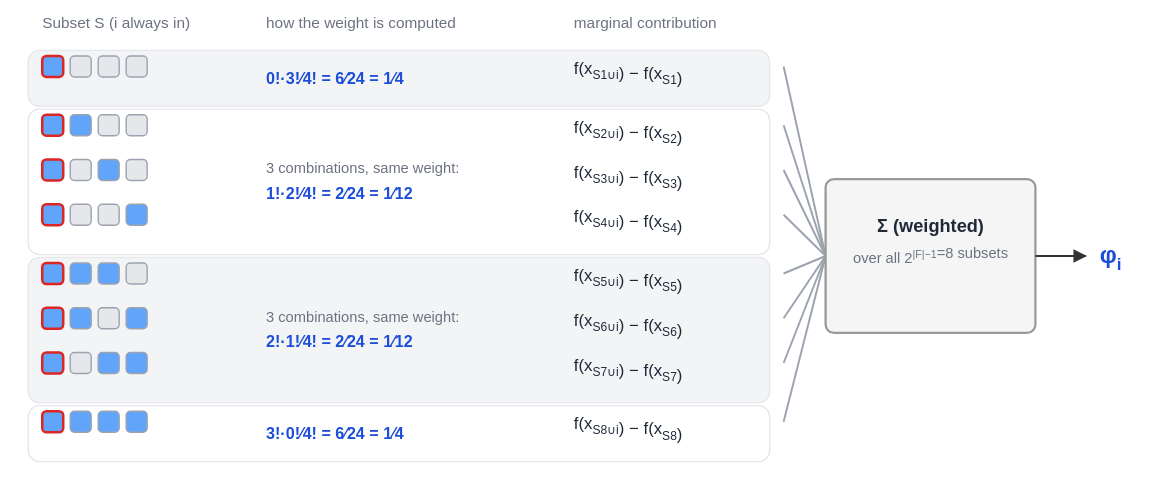
Earlier version of the draw.io export posts/explaining-black-box-predictions/diagrams/shapley_sampling.drawio.svg (DMLF1/blog). Source tidied: cells renumbered, new cells last; positions are measured from the earlier drawing's top-left corner, leaving out a move shared by most shapes.
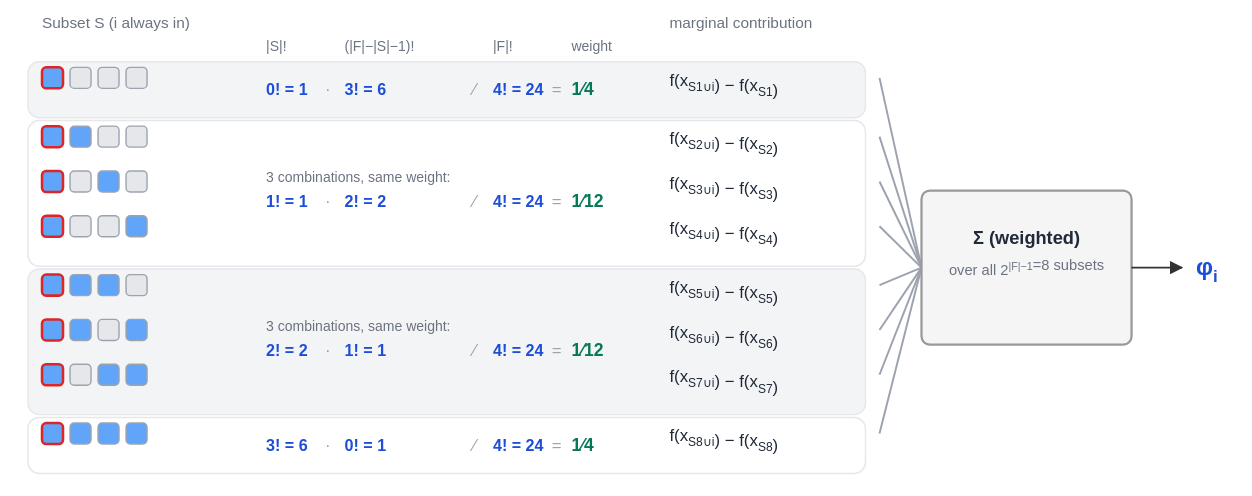
After the commit.

Commit message:
Split the weight computation into labeled sub-columns

Diff of the diagram source:
```diff
@@ -3,20 +3,47 @@
     <mxCell id="0" />
     <mxCell id="1" parent="0" />
     <mxCell id="2" value="Subset S (i always in)" style="text;html=1;align=left;verticalAlign=middle;fontSize=11;fontColor=#6B7280;" parent="1" vertex="1">
-      <mxGeometry x="10" width="260" height="16" as="geometry" />
+      <mxGeometry x="10" y="-8" width="260" height="16" as="geometry" />
     </mxCell>
-    <mxCell id="3" value="how the weight is computed" style="text;html=1;align=left;verticalAlign=middle;fontSize=11;fontColor=#6B7280;" parent="1" vertex="1">
-      <mxGeometry x="170" width="260" height="16" as="geometry" />
-    </mxCell>
     <mxCell id="4" value="marginal contribution" style="text;html=1;align=left;verticalAlign=middle;fontSize=11;fontColor=#6B7280;" parent="1" vertex="1">
-      <mxGeometry x="390" width="260" height="16" as="geometry" />
+      <mxGeometry x="458" y="-8" width="260" height="16" as="geometry" />
     </mxCell>
+    <mxCell id="68" value="|S|!" style="text;html=1;align=left;verticalAlign=middle;fontSize=10;fontColor=#6B7280;" parent="1" vertex="1">
+      <mxGeometry x="170" y="8" width="260" height="16" as="geometry" />
+    </mxCell>
+    <mxCell id="69" value="(|F|−|S|−1)!" style="text;html=1;align=left;verticalAlign=middle;fontSize=10;fontColor=#6B7280;" parent="1" vertex="1">
+      <mxGeometry x="226" y="8" width="260" height="16" as="geometry" />
+    </mxCell>
+    <mxCell id="70" value="|F|!" style="text;html=1;align=left;verticalAlign=middle;fontSize=10;fontColor=#6B7280;" parent="1" vertex="1">
+      <mxGeometry x="332" y="8" width="260" height="16" as="geometry" />
+    </mxCell>
+    <mxCell id="71" value="weight" style="text;html=1;align=left;verticalAlign=middle;fontSize=10;fontColor=#6B7280;" parent="1" vertex="1">
+      <mxGeometry x="388" y="8" width="260" height="16" as="geometry" />
+    </mxCell>
     <mxCell id="5" style="rounded=1;whiteSpace=wrap;html=1;fillColor=#F3F4F6;strokeColor=#E5E7EB;" parent="1" vertex="1">
-      <mxGeometry y="32" width="530" height="40" as="geometry" />
+      <mxGeometry y="32" width="598" height="40" as="geometry" />
     </mxCell>
-    <mxCell id="6" value="0!·3!⁄4! = 6⁄24 = 1⁄4" style="text;html=1;align=left;verticalAlign=middle;fontSize=11.5;fontColor=#1D4ED8;" parent="1" vertex="1">
-      <mxGeometry x="170" y="40" width="200" height="16" as="geometry" />
-    </mxCell>
+    <mxCell id="72" value="0! = 1" style="text;html=1;align=left;verticalAlign=middle;fontSize=11.5;fontColor=#1D4ED8;" parent="1" vertex="1">
+      <mxGeometry x="170" y="40" width="40" height="16" as="geometry" />
+    </mxCell>
+    <mxCell id="73" value="·" style="text;html=1;align=left;verticalAlign=middle;fontSize=12;fontColor=#9CA3AF;" parent="1" vertex="1">
+      <mxGeometry x="212" y="40" width="12" height="16" as="geometry" />
+    </mxCell>
+    <mxCell id="74" value="3! = 6" style="text;html=1;align=left;verticalAlign=middle;fontSize=11.5;fontColor=#1D4ED8;" parent="1" vertex="1">
+      <mxGeometry x="226" y="40" width="90" height="16" as="geometry" />
+    </mxCell>
+    <mxCell id="75" value="⁄" style="text;html=1;align=left;verticalAlign=middle;fontSize=12;fontColor=#9CA3AF;" parent="1" vertex="1">
+      <mxGeometry x="318" y="40" width="12" height="16" as="geometry" />
+    </mxCell>
+    <mxCell id="76" value="4! = 24" style="text;html=1;align=left;verticalAlign=middle;fontSize=11.5;fontColor=#1D4ED8;" parent="1" vertex="1">
+      <mxGeometry x="332" y="40" width="42" height="16" as="geometry" />
+    </mxCell>
+    <mxCell id="77" value="=" style="text;html=1;align=left;verticalAlign=middle;fontSize=12;fontColor=#9CA3AF;" parent="1" vertex="1">
+      <mxGeometry x="374" y="40" width="12" height="16" as="geometry" />
+    </mxCell>
+    <mxCell id="78" value="1⁄4" style="text;html=1;align=left;verticalAlign=middle;fontSize=12.5;fontColor=#047857;" parent="1" vertex="1">
+      <mxGeometry x="388" y="40" width="60" height="16" as="geometry" />
+    </mxCell>
     <mxCell id="7" style="rounded=1;whiteSpace=wrap;html=1;fillColor=#60A5FA;strokeColor=#DC2626;" parent="1" vertex="1">
       <mxGeometry x="10" y="36" width="15" height="15" as="geometry" />
     </mxCell>
@@ -30,23 +57,41 @@
       <mxGeometry x="70" y="36" width="15" height="15" as="geometry" />
     </mxCell>
     <mxCell id="11" value="f(xS1∪i) − f(xS1)" style="text;html=1;align=left;verticalAlign=middle;fontSize=12;fontColor=#1F2937;" parent="1" vertex="1">
-      <mxGeometry x="390" y="33" width="320" height="16" as="geometry" />
+      <mxGeometry x="458" y="33" width="320" height="16" as="geometry" />
     </mxCell>
     <mxCell id="12" style="edgeStyle=none;html=1;strokeColor=#9CA3AF;strokeWidth=1.4;endArrow=none;" parent="1" edge="1">
       <mxGeometry relative="1" as="geometry">
-        <mxPoint x="540" y="43.5" as="sourcePoint" />
-        <mxPoint x="570" y="179" as="targetPoint" />
+        <mxPoint x="608" y="43.5" as="sourcePoint" />
+        <mxPoint x="638" y="179" as="targetPoint" />
       </mxGeometry>
     </mxCell>
     <mxCell id="13" style="rounded=1;whiteSpace=wrap;html=1;fillColor=#FFFFFF;strokeColor=#E5E7EB;" parent="1" vertex="1">
-      <mxGeometry y="74" width="530" height="104" as="geometry" />
+      <mxGeometry y="74" width="598" height="104" as="geometry" />
     </mxCell>
+    <mxCell id="79" value="1! = 1" style="text;html=1;align=left;verticalAlign=middle;fontSize=11.5;fontColor=#1D4ED8;" parent="1" vertex="1">
+      <mxGeometry x="170" y="120" width="40" height="16" as="geometry" />
+    </mxCell>
+    <mxCell id="80" value="·" style="text;html=1;align=left;verticalAlign=middle;fontSize=12;fontColor=#9CA3AF;" parent="1" vertex="1">
+      <mxGeometry x="212" y="120" width="12" height="16" as="geometry" />
+    </mxCell>
+    <mxCell id="81" value="2! = 2" style="text;html=1;align=left;verticalAlign=middle;fontSize=11.5;fontColor=#1D4ED8;" parent="1" vertex="1">
+      <mxGeometry x="226" y="120" width="90" height="16" as="geometry" />
+    </mxCell>
+    <mxCell id="82" value="⁄" style="text;html=1;align=left;verticalAlign=middle;fontSize=12;fontColor=#9CA3AF;" parent="1" vertex="1">
+      <mxGeometry x="318" y="120" width="12" height="16" as="geometry" />
+    </mxCell>
+    <mxCell id="83" value="4! = 24" style="text;html=1;align=left;verticalAlign=middle;fontSize=11.5;fontColor=#1D4ED8;" parent="1" vertex="1">
+      <mxGeometry x="332" y="120" width="42" height="16" as="geometry" />
+    </mxCell>
+    <mxCell id="84" value="=" style="text;html=1;align=left;verticalAlign=middle;fontSize=12;fontColor=#9CA3AF;" parent="1" vertex="1">
+      <mxGeometry x="374" y="120" width="12" height="16" as="geometry" />
+    </mxCell>
+    <mxCell id="85" value="1⁄12" style="text;html=1;align=left;verticalAlign=middle;fontSize=12.5;fontColor=#047857;" parent="1" vertex="1">
+      <mxGeometry x="388" y="120" width="60" height="16" as="geometry" />
+    </mxCell>
-    <mxCell id="14" value="3 combinations, same weight:" style="text;html=1;align=left;verticalAlign=middle;fontSize=10.5;fontColor=#6B7280;" parent="1" vertex="1">
-      <mxGeometry x="170" y="104" width="200" height="16" as="geometry" />
+    <mxCell id="14" value="3 combinations, same weight:" style="text;html=1;align=left;verticalAlign=middle;fontSize=10;fontColor=#6B7280;" parent="1" vertex="1">
+      <mxGeometry x="170" y="102" width="260" height="16" as="geometry" />
     </mxCell>
-    <mxCell id="15" value="1!·2!⁄4! = 2⁄24 = 1⁄12" style="text;html=1;align=left;verticalAlign=middle;fontSize=11.5;fontColor=#1D4ED8;" parent="1" vertex="1">
-      <mxGeometry x="170" y="122" width="200" height="16" as="geometry" />
-    </mxCell>
     <mxCell id="16" style="rounded=1;whiteSpace=wrap;html=1;fillColor=#60A5FA;strokeColor=#DC2626;" parent="1" vertex="1">
       <mxGeometry x="10" y="78" width="15" height="15" as="geometry" />
     </mxCell>
@@ -60,12 +105,12 @@
       <mxGeometry x="70" y="78" width="15" height="15" as="geometry" />
     </mxCell>
     <mxCell id="20" value="f(xS2∪i) − f(xS2)" style="text;html=1;align=left;verticalAlign=middle;fontSize=12;fontColor=#1F2937;" parent="1" vertex="1">
-      <mxGeometry x="390" y="75" width="320" height="16" as="geometry" />
+      <mxGeometry x="458" y="75" width="320" height="16" as="geometry" />
     </mxCell>
     <mxCell id="21" style="edgeStyle=none;html=1;strokeColor=#9CA3AF;strokeWidth=1.4;endArrow=none;" parent="1" edge="1">
       <mxGeometry relative="1" as="geometry">
-        <mxPoint x="540" y="85.5" as="sourcePoint" />
-        <mxPoint x="570" y="179" as="targetPoint" />
+        <mxPoint x="608" y="85.5" as="sourcePoint" />
+        <mxPoint x="638" y="179" as="targetPoint" />
       </mxGeometry>
     </mxCell>
     <mxCell id="22" style="rounded=1;whiteSpace=wrap;html=1;fillColor=#60A5FA;strokeColor=#DC2626;" parent="1" vertex="1">
@@ -81,12 +126,12 @@
       <mxGeometry x="70" y="110" width="15" height="15" as="geometry" />
     </mxCell>
     <mxCell id="26" value="f(xS3∪i) − f(xS3)" style="text;html=1;align=left;verticalAlign=middle;fontSize=12;fontColor=#1F2937;" parent="1" vertex="1">
-      <mxGeometry x="390" y="107" width="320" height="16" as="geometry" />
+      <mxGeometry x="458" y="107" width="320" height="16" as="geometry" />
     </mxCell>
     <mxCell id="27" style="edgeStyle=none;html=1;strokeColor=#9CA3AF;strokeWidth=1.4;endArrow=none;" parent="1" edge="1">
       <mxGeometry relative="1" as="geometry">
-        <mxPoint x="540" y="117.5" as="sourcePoint" />
-        <mxPoint x="570" y="179" as="targetPoint" />
+        <mxPoint x="608" y="117.5" as="sourcePoint" />
+        <mxPoint x="638" y="179" as="targetPoint" />
       </mxGeometry>
     </mxCell>
     <mxCell id="28" style="rounded=1;whiteSpace=wrap;html=1;fillColor=#60A5FA;strokeColor=#DC2626;" parent="1" vertex="1">
@@ -102,23 +147,41 @@
       <mxGeometry x="70" y="142" width="15" height="15" as="geometry" />
     </mxCell>
     <mxCell id="32" value="f(xS4∪i) − f(xS4)" style="text;html=1;align=left;verticalAlign=middle;fontSize=12;fontColor=#1F2937;" parent="1" vertex="1">
-      <mxGeometry x="390" y="139" width="320" height="16" as="geometry" />
+      <mxGeometry x="458" y="139" width="320" height="16" as="geometry" />
     </mxCell>
     <mxCell id="33" style="edgeStyle=none;html=1;strokeColor=#9CA3AF;strokeWidth=1.4;endArrow=none;" parent="1" edge="1">
       <mxGeometry relative="1" as="geometry">
-        <mxPoint x="540" y="149.5" as="sourcePoint" />
-        <mxPoint x="570" y="179" as="targetPoint" />
+        <mxPoint x="608" y="149.5" as="sourcePoint" />
+        <mxPoint x="638" y="179" as="targetPoint" />
       </mxGeometry>
     </mxCell>
     <mxCell id="34" style="rounded=1;whiteSpace=wrap;html=1;fillColor=#F3F4F6;strokeColor=#E5E7EB;" parent="1" vertex="1">
-      <mxGeometry y="180" width="530" height="104" as="geometry" />
+      <mxGeometry y="180" width="598" height="104" as="geometry" />
     </mxCell>
+    <mxCell id="86" value="2! = 2" style="text;html=1;align=left;verticalAlign=middle;fontSize=11.5;fontColor=#1D4ED8;" parent="1" vertex="1">
+      <mxGeometry x="170" y="226" width="40" height="16" as="geometry" />
+    </mxCell>
+    <mxCell id="87" value="·" style="text;html=1;align=left;verticalAlign=middle;fontSize=12;fontColor=#9CA3AF;" parent="1" vertex="1">
+      <mxGeometry x="212" y="226" width="12" height="16" as="geometry" />
+    </mxCell>
+    <mxCell id="88" value="1! = 1" style="text;html=1;align=left;verticalAlign=middle;fontSize=11.5;fontColor=#1D4ED8;" parent="1" vertex="1">
+      <mxGeometry x="226" y="226" width="90" height="16" as="geometry" />
+    </mxCell>
+    <mxCell id="89" value="⁄" style="text;html=1;align=left;verticalAlign=middle;fontSize=12;fontColor=#9CA3AF;" parent="1" vertex="1">
+      <mxGeometry x="318" y="226" width="12" height="16" as="geometry" />
+    </mxCell>
+    <mxCell id="90" value="4! = 24" style="text;html=1;align=left;verticalAlign=middle;fontSize=11.5;fontColor=#1D4ED8;" parent="1" vertex="1">
+      <mxGeometry x="332" y="226" width="42" height="16" as="geometry" />
+    </mxCell>
+    <mxCell id="91" value="=" style="text;html=1;align=left;verticalAlign=middle;fontSize=12;fontColor=#9CA3AF;" parent="1" vertex="1">
+      <mxGeometry x="374" y="226" width="12" height="16" as="geometry" />
+    </mxCell>
+    <mxCell id="92" value="1⁄12" style="text;html=1;align=left;verticalAlign=middle;fontSize=12.5;fontColor=#047857;" parent="1" vertex="1">
+      <mxGeometry x="388" y="226" width="60" height="16" as="geometry" />
+    </mxCell>
-    <mxCell id="35" value="3 combinations, same weight:" style="text;html=1;align=left;verticalAlign=middle;fontSize=10.5;fontColor=#6B7280;" parent="1" vertex="1">
-      <mxGeometry x="170" y="210" width="200" height="16" as="geometry" />
+    <mxCell id="35" value="3 combinations, same weight:" style="text;html=1;align=left;verticalAlign=middle;fontSize=10;fontColor=#6B7280;" parent="1" vertex="1">
+      <mxGeometry x="170" y="208" width="260" height="16" as="geometry" />
     </mxCell>
-    <mxCell id="36" value="2!·1!⁄4! = 2⁄24 = 1⁄12" style="text;html=1;align=left;verticalAlign=middle;fontSize=11.5;fontColor=#1D4ED8;" parent="1" vertex="1">
-      <mxGeometry x="170" y="228" width="200" height="16" as="geometry" />
-    </mxCell>
     <mxCell id="37" style="rounded=1;whiteSpace=wrap;html=1;fillColor=#60A5FA;strokeColor=#DC2626;" parent="1" vertex="1">
       <mxGeometry x="10" y="184" width="15" height="15" as="geometry" />
     </mxCell>
@@ -132,12 +195,12 @@
       <mxGeometry x="70" y="184" width="15" height="15" as="geometry" />
     </mxCell>
     <mxCell id="41" value="f(xS5∪i) − f(xS5)" style="text;html=1;align=left;verticalAlign=middle;fontSize=12;fontColor=#1F2937;" parent="1" vertex="1">
-      <mxGeometry x="390" y="181" width="320" height="16" as="geometry" />
+      <mxGeometry x="458" y="181" width="320" height="16" as="geometry" />
     </mxCell>
     <mxCell id="42" style="edgeStyle=none;html=1;strokeColor=#9CA3AF;strokeWidth=1.4;endArrow=none;" parent="1" edge="1">
       <mxGeometry relative="1" as="geometry">
-        <mxPoint x="540" y="191.5" as="sourcePoint" />
-        <mxPoint x="570" y="179" as="targetPoint" />
+        <mxPoint x="608" y="191.5" as="sourcePoint" />
+        <mxPoint x="638" y="179" as="targetPoint" />
       </mxGeometry>
     </mxCell>
     <mxCell id="43" style="rounded=1;whiteSpace=wrap;html=1;fillColor=#60A5FA;strokeColor=#DC2626;" parent="1" vertex="1">
@@ -153,12 +216,12 @@
       <mxGeometry x="70" y="216" width="15" height="15" as="geometry" />
     </mxCell>
     <mxCell id="47" value="f(xS6∪i) − f(xS6)" style="text;html=1;align=left;verticalAlign=middle;fontSize=12;fontColor=#1F2937;" parent="1" vertex="1">
-      <mxGeometry x="390" y="213" width="320" height="16" as="geometry" />
+      <mxGeometry x="458" y="213" width="320" height="16" as="geometry" />
     </mxCell>
     <mxCell id="48" style="edgeStyle=none;html=1;strokeColor=#9CA3AF;strokeWidth=1.4;endArrow=none;" parent="1" edge="1">
       <mxGeometry relative="1" as="geometry">
-        <mxPoint x="540" y="223.5" as="sourcePoint" />
-        <mxPoint x="570" y="179" as="targetPoint" />
+        <mxPoint x="608" y="223.5" as="sourcePoint" />
+        <mxPoint x="638" y="179" as="targetPoint" />
       </mxGeometry>
     </mxCell>
     <mxCell id="49" style="rounded=1;whiteSpace=wrap;html=1;fillColor=#60A5FA;strokeColor=#DC2626;" parent="1" vertex="1">
@@ -174,20 +237,38 @@
       <mxGeometry x="70" y="248" width="15" height="15" as="geometry" />
     </mxCell>
     <mxCell id="53" value="f(xS7∪i) − f(xS7)" style="text;html=1;align=left;verticalAlign=middle;fontSize=12;fontColor=#1F2937;" parent="1" vertex="1">
-      <mxGeometry x="390" y="245" width="320" height="16" as="geometry" />
+      <mxGeometry x="458" y="245" width="320" height="16" as="geometry" />
     </mxCell>
     <mxCell id="54" style="edgeStyle=none;html=1;strokeColor=#9CA3AF;strokeWidth=1.4;endArrow=none;" parent="1" edge="1">
       <mxGeometry relative="1" as="geometry">
-        <mxPoint x="540" y="255.5" as="sourcePoint" />
-        <mxPoint x="570" y="179" as="targetPoint" />
+        <mxPoint x="608" y="255.5" as="sourcePoint" />
+        <mxPoint x="638" y="179" as="targetPoint" />
       </mxGeometry>
     </mxCell>
     <mxCell id="55" style="rounded=1;whiteSpace=wrap;html=1;fillColor=#FFFFFF;strokeColor=#E5E7EB;" parent="1" vertex="1">
-      <mxGeometry y="286" width="530" height="40" as="geometry" />
+      <mxGeometry y="286" width="598" height="40" as="geometry" />
     </mxCell>
-    <mxCell id="56" value="3!·0!⁄4! = 6⁄24 = 1⁄4" style="text;html=1;align=left;verticalAlign=middle;fontSize=11.5;fontColor=#1D4ED8;" parent="1" vertex="1">
-      <mxGeometry x="170" y="294" width="200" height="16" as="geometry" />
-    </mxCell>
+    <mxCell id="93" value="3! = 6" style="text;html=1;align=left;verticalAlign=middle;fontSize=11.5;fontColor=#1D4ED8;" parent="1" vertex="1">
+      <mxGeometry x="170" y="294" width="40" height="16" as="geometry" />
+    </mxCell>
+    <mxCell id="94" value="·" style="text;html=1;align=left;verticalAlign=middle;fontSize=12;fontColor=#9CA3AF;" parent="1" vertex="1">
+      <mxGeometry x="212" y="294" width="12" height="16" as="geometry" />
+    </mxCell>
+    <mxCell id="95" value="0! = 1" style="text;html=1;align=left;verticalAlign=middle;fontSize=11.5;fontColor=#1D4ED8;" parent="1" vertex="1">
+      <mxGeometry x="226" y="294" width="90" height="16" as="geometry" />
+    </mxCell>
+    <mxCell id="96" value="⁄" style="text;html=1;align=left;verticalAlign=middle;fontSize=12;fontColor=#9CA3AF;" parent="1" vertex="1">
+      <mxGeometry x="318" y="294" width="12" height="16" as="geometry" />
+    </mxCell>
+    <mxCell id="97" value="4! = 24" style="text;html=1;align=left;verticalAlign=middle;fontSize=11.5;fontColor=#1D4ED8;" parent="1" vertex="1">
+      <mxGeometry x="332" y="294" width="42" height="16" as="geometry" />
+    </mxCell>
+    <mxCell id="98" value="=" style="text;html=1;align=left;verticalAlign=middle;fontSize=12;fontColor=#9CA3AF;" parent="1" vertex="1">
+      <mxGeometry x="374" y="294" width="12" height="16" as="geometry" />
+    </mxCell>
+    <mxCell id="99" value="1⁄4" style="text;html=1;align=left;verticalAlign=middle;fontSize=12.5;fontColor=#047857;" parent="1" vertex="1">
+      <mxGeometry x="388" y="294" width="60" height="16" as="geometry" />
+    </mxCell>
     <mxCell id="57" style="rounded=1;whiteSpace=wrap;html=1;fillColor=#60A5FA;strokeColor=#DC2626;" parent="1" vertex="1">
       <mxGeometry x="10" y="290" width="15" height="15" as="geometry" />
     </mxCell>
@@ -201,31 +282,31 @@
       <mxGeometry x="70" y="290" width="15" height="15" as="geometry" />
     </mxCell>
     <mxCell id="61" value="f(xS8∪i) − f(xS8)" style="text;html=1;align=left;verticalAlign=middle;fontSize=12;fontColor=#1F2937;" parent="1" vertex="1">
-      <mxGeometry x="390" y="287" width="320" height="16" as="geometry" />
+      <mxGeometry x="458" y="287" width="320" height="16" as="geometry" />
     </mxCell>
     <mxCell id="62" style="edgeStyle=none;html=1;strokeColor=#9CA3AF;strokeWidth=1.4;endArrow=none;" parent="1" edge="1">
       <mxGeometry relative="1" as="geometry">
-        <mxPoint x="540" y="297.5" as="sourcePoint" />
-        <mxPoint x="570" y="179" as="targetPoint" />
+        <mxPoint x="608" y="297.5" as="sourcePoint" />
+        <mxPoint x="638" y="179" as="targetPoint" />
       </mxGeometry>
     </mxCell>
     <mxCell id="63" style="rounded=1;whiteSpace=wrap;html=1;fillColor=#F5F5F5;strokeColor=#999999;" parent="1" vertex="1">
-      <mxGeometry x="570" y="124" width="150" height="110" as="geometry" />
+      <mxGeometry x="638" y="124" width="150" height="110" as="geometry" />
     </mxCell>
     <mxCell id="64" value="Σ (weighted)" style="text;html=1;align=middle;verticalAlign=middle;fontSize=13;fontColor=#1F2937;" parent="1" vertex="1">
-      <mxGeometry x="515" y="146" width="260" height="16" as="geometry" />
+      <mxGeometry x="583" y="146" width="260" height="16" as="geometry" />
     </mxCell>
     <mxCell id="65" value="over all 2|F|−1=8 subsets" style="text;html=1;align=middle;verticalAlign=middle;fontSize=10.5;fontColor=#6B7280;" parent="1" vertex="1">
-      <mxGeometry x="575" y="168" width="140" height="16" as="geometry" />
+      <mxGeometry x="643" y="168" width="140" height="16" as="geometry" />
     </mxCell>
     <mxCell id="66" style="edgeStyle=none;html=1;strokeColor=#333333;strokeWidth=1.4;endArrow=block;endSize=6;" parent="1" edge="1">
       <mxGeometry relative="1" as="geometry">
-        <mxPoint x="720" y="179" as="sourcePoint" />
-        <mxPoint x="756" y="179" as="targetPoint" />
+        <mxPoint x="788" y="179" as="sourcePoint" />
+        <mxPoint x="824" y="179" as="targetPoint" />
       </mxGeometry>
     </mxCell>
     <mxCell id="67" value="φi" style="text;html=1;align=left;verticalAlign=middle;fontSize=17;fontColor=#1D4ED8;" parent="1" vertex="1">
-      <mxGeometry x="766" y="168" width="36" height="16" as="geometry" />
+      <mxGeometry x="834" y="168" width="36" height="16" as="geometry" />
     </mxCell>
   </root>
 </mxGraphModel>
```
